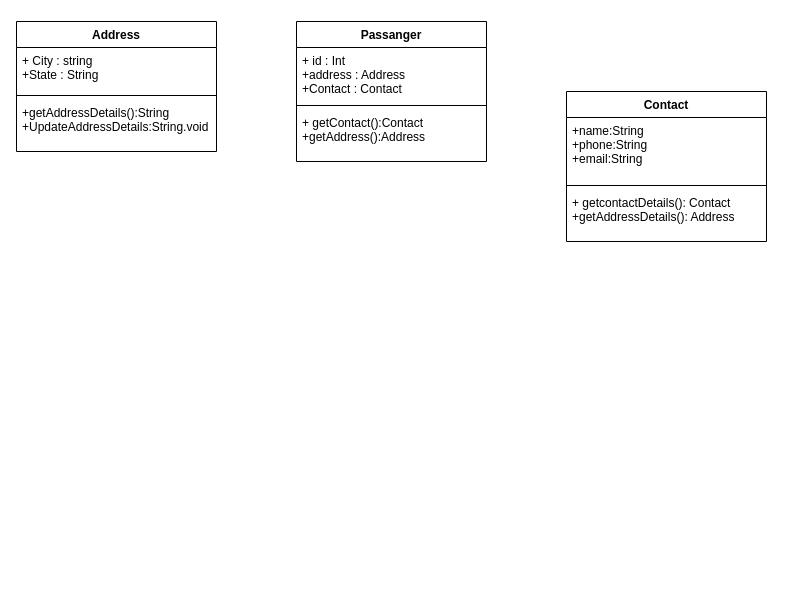
Above: FlightReservationSystem.drawio in OMG0121/flightreservationsystem (draw.io), before the change. Source tidied: cells renumbered, new cells numbered last; positions are measured from the earlier drawing's top-left corner, leaving out a move shared by most shapes. Both pictures are drawn from the tidied source at 100%, with x=0, y=0 at pixel (16, 21).
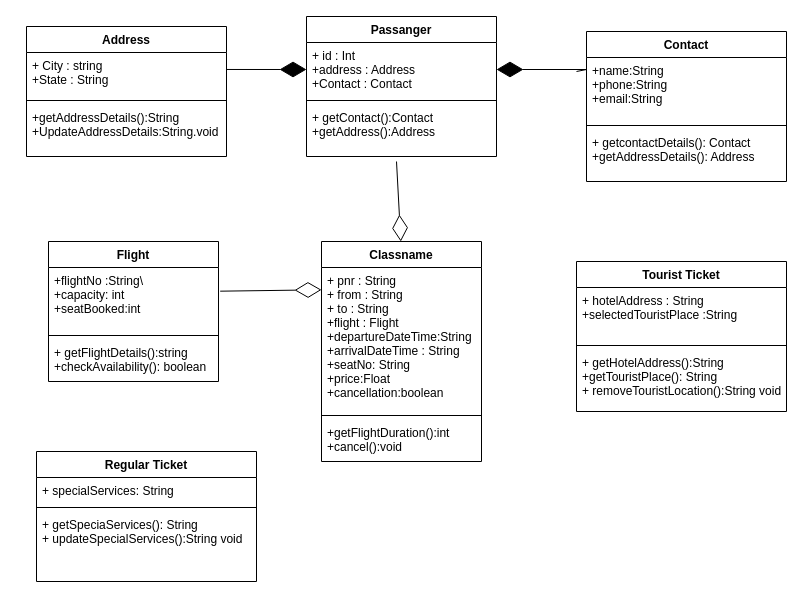
The same page after the edit.

Unchanged cells that the change refers to:
```xml
<mxCell id="3" value="+ id : Int&#10;+address : Address&#10;+Contact : Contact" style="text;strokeColor=none;fillColor=none;align=left;verticalAlign=top;spacingLeft=4;spacingRight=4;overflow=hidden;points=[[0,0.5],[1,0.5]];portConstraint=eastwest;" parent="2" vertex="1">
  <mxGeometry y="26" width="190" height="54" as="geometry" />
</mxCell>
<mxCell id="7" value="+ City : string&#10;+State : String" style="text;strokeColor=none;fillColor=none;align=left;verticalAlign=top;spacingLeft=4;spacingRight=4;overflow=hidden;points=[[0,0.5],[1,0.5]];portConstraint=eastwest;" parent="6" vertex="1">
  <mxGeometry y="26" width="200" height="44" as="geometry" />
</mxCell>
```

What changed in the source:
```diff
@@
     <mxCell id="2" value="Passanger" style="swimlane;fontStyle=1;align=center;verticalAlign=top;horizontal=1;startSize=26;" parent="1" vertex="1">
-      <mxGeometry x="280" width="190" height="140" as="geometry" />
+      <mxGeometry x="290" y="-5" width="190" height="140" as="geometry" />
     </mxCell>
@@
     <mxCell id="6" value="Address" style="swimlane;fontStyle=1;align=center;verticalAlign=top;horizontal=1;startSize=26;" parent="1" vertex="1">
-      <mxGeometry width="200" height="130" as="geometry" />
+      <mxGeometry x="10" y="5" width="200" height="130" as="geometry" />
     </mxCell>
@@
     <mxCell id="10" value="Contact" style="swimlane;fontStyle=1;align=center;verticalAlign=top;horizontal=1;startSize=26;" parent="1" vertex="1">
-      <mxGeometry x="550" y="70" width="200" height="150" as="geometry" />
+      <mxGeometry x="570" y="10" width="200" height="150" as="geometry" />
     </mxCell>
@@
+    <mxCell id="14" value="Classname" style="swimlane;fontStyle=1;align=center;verticalAlign=top;horizontal=1;startSize=26;" parent="1" vertex="1">
+      <mxGeometry x="305" y="220" width="160" height="220" as="geometry" />
+    </mxCell>
+    <mxCell id="15" value="+ pnr : String&#10;+ from : String&#10;+ to : String&#10;+flight : Flight&#10;+departureDateTime:String&#10;+arrivalDateTime : String&#10;+seatNo: String&#10;+price:Float&#10;+cancellation:boolean" style="text;strokeColor=none;fillColor=none;align=left;verticalAlign=top;spacingLeft=4;spacingRight=4;overflow=hidden;points=[[0,0.5],[1,0.5]];portConstraint=eastwest;" parent="14" vertex="1">
+      <mxGeometry y="26" width="160" height="144" as="geometry" />
+    </mxCell>
+    <mxCell id="16" style="line;strokeWidth=1;fillColor=none;align=left;verticalAlign=middle;spacingTop=-1;spacingLeft=3;spacingRight=3;labelPosition=right;" parent="14" vertex="1">
+      <mxGeometry y="170" width="160" height="8" as="geometry" />
+    </mxCell>
+    <mxCell id="17" value="+getFlightDuration():int&#10;+cancel():void" style="text;strokeColor=none;fillColor=none;align=left;verticalAlign=top;spacingLeft=4;spacingRight=4;overflow=hidden;" parent="14" vertex="1">
+      <mxGeometry y="178" width="160" height="42" as="geometry" />
+    </mxCell>
+    <mxCell id="18" value="Regular Ticket" style="swimlane;fontStyle=1;align=center;verticalAlign=top;horizontal=1;startSize=26;" parent="1" vertex="1">
+      <mxGeometry x="20" y="430" width="220" height="130" as="geometry" />
+    </mxCell>
+    <mxCell id="19" value="+ specialServices: String" style="text;strokeColor=none;fillColor=none;align=left;verticalAlign=top;spacingLeft=4;spacingRight=4;overflow=hidden;" parent="18" vertex="1">
+      <mxGeometry y="26" width="220" height="26" as="geometry" />
+    </mxCell>
+    <mxCell id="20" style="line;strokeWidth=1;fillColor=none;align=left;verticalAlign=middle;spacingTop=-1;spacingLeft=3;spacingRight=3;labelPosition=right;" parent="18" vertex="1">
+      <mxGeometry y="52" width="220" height="8" as="geometry" />
+    </mxCell>
+    <mxCell id="21" value="+ getSpeciaServices(): String&#10;+ updateSpecialServices():String void" style="text;strokeColor=none;fillColor=none;align=left;verticalAlign=top;spacingLeft=4;spacingRight=4;overflow=hidden;" parent="18" vertex="1">
+      <mxGeometry y="60" width="220" height="70" as="geometry" />
+    </mxCell>
+    <mxCell id="22" value="Tourist Ticket" style="swimlane;fontStyle=1;align=center;verticalAlign=top;horizontal=1;startSize=26;" parent="1" vertex="1">
+      <mxGeometry x="560" y="240" width="210" height="150" as="geometry" />
+    </mxCell>
+    <mxCell id="23" value="+ hotelAddress : String&#10;+selectedTouristPlace :String" style="text;strokeColor=none;fillColor=none;align=left;verticalAlign=top;spacingLeft=4;spacingRight=4;overflow=hidden;" parent="22" vertex="1">
+      <mxGeometry y="26" width="210" height="54" as="geometry" />
+    </mxCell>
+    <mxCell id="24" style="line;strokeWidth=1;fillColor=none;align=left;verticalAlign=middle;spacingTop=-1;spacingLeft=3;spacingRight=3;labelPosition=right;" parent="22" vertex="1">
+      <mxGeometry y="80" width="210" height="8" as="geometry" />
+    </mxCell>
+    <mxCell id="25" value="+ getHotelAddress():String&#10;+getTouristPlace(): String&#10;+ removeTouristLocation():String void" style="text;strokeColor=none;fillColor=none;align=left;verticalAlign=top;spacingLeft=4;spacingRight=4;overflow=hidden;" parent="22" vertex="1">
+      <mxGeometry y="88" width="210" height="62" as="geometry" />
+    </mxCell>
+    <mxCell id="26" value="Flight" style="swimlane;fontStyle=1;align=center;verticalAlign=top;horizontal=1;startSize=26;" parent="1" vertex="1">
+      <mxGeometry x="32" y="220" width="170" height="140" as="geometry" />
+    </mxCell>
+    <mxCell id="27" value="+flightNo :String\&#10;+capacity: int&#10;+seatBooked:int" style="text;strokeColor=none;fillColor=none;align=left;verticalAlign=top;spacingLeft=4;spacingRight=4;overflow=hidden;points=[[0,0.5],[1,0.5]];portConstraint=eastwest;" parent="26" vertex="1">
+      <mxGeometry y="26" width="170" height="64" as="geometry" />
+    </mxCell>
+    <mxCell id="28" style="line;strokeWidth=1;fillColor=none;align=left;verticalAlign=middle;spacingTop=-1;spacingLeft=3;spacingRight=3;labelPosition=right;" parent="26" vertex="1">
+      <mxGeometry y="90" width="170" height="8" as="geometry" />
+    </mxCell>
+    <mxCell id="29" value="+ getFlightDetails():string&#10;+checkAvailability(): boolean" style="text;strokeColor=none;fillColor=none;align=left;verticalAlign=top;spacingLeft=4;spacingRight=4;overflow=hidden;" parent="26" vertex="1">
+      <mxGeometry y="98" width="170" height="42" as="geometry" />
+    </mxCell>
+    <mxCell id="30" style="endArrow=diamondThin;endFill=1;endSize=24;html=1;rounded=0;entryX=0;entryY=0.5;entryDx=0;entryDy=0;exitX=1;exitY=0.386;exitDx=0;exitDy=0;exitPerimeter=0;" parent="1" edge="1" source="7" target="3">
+      <mxGeometry relative="1" as="geometry" />
+    </mxCell>
+    <mxCell id="31" style="endArrow=diamondThin;endFill=1;endSize=24;html=1;rounded=0;entryX=1;entryY=0.5;entryDx=0;entryDy=0;" parent="1" edge="1" target="3">
+      <mxGeometry relative="1" as="geometry">
+        <mxPoint x="560" y="50" as="sourcePoint" />
+        <Array as="points">
+          <mxPoint x="570" y="48" />
+        </Array>
+      </mxGeometry>
+    </mxCell>
+    <mxCell id="32" style="endArrow=diamondThin;endFill=0;endSize=24;html=1;rounded=0;" parent="1" edge="1">
+      <mxGeometry relative="1" as="geometry">
+        <mxPoint x="380" y="140" as="sourcePoint" />
+        <mxPoint x="384.3" y="220" as="targetPoint" />
+      </mxGeometry>
+    </mxCell>
+    <mxCell id="33" style="endArrow=diamondThin;endFill=0;endSize=24;html=1;rounded=0;exitX=1.01;exitY=0.37;exitDx=0;exitDy=0;exitPerimeter=0;entryX=0;entryY=0.155;entryDx=0;entryDy=0;entryPerimeter=0;" parent="1" edge="1" source="27" target="15">
+      <mxGeometry relative="1" as="geometry" />
+    </mxCell>
```
